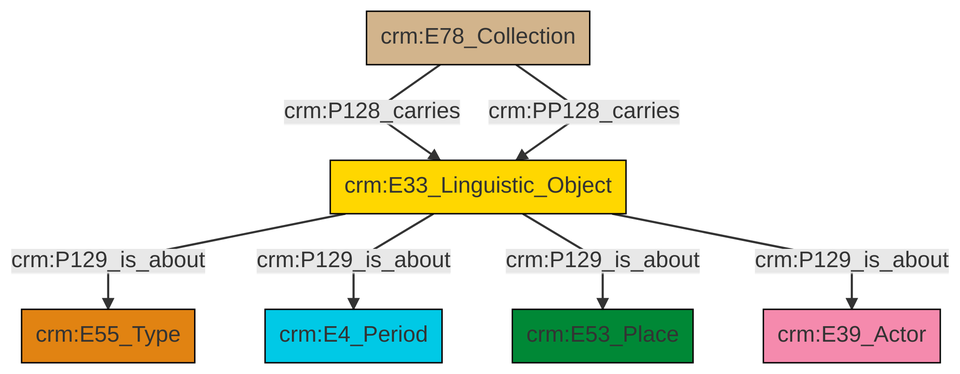
Before: et/archivalCSV/ttl/mmd/png/archival_aboutness.png, a diagram exported from Mermaid (swiss-art-research-net/docs.swissartresearch). Its source is kept beside it as et/archivalCSV/ttl/mmd/archival_aboutness.ttl.mmd.
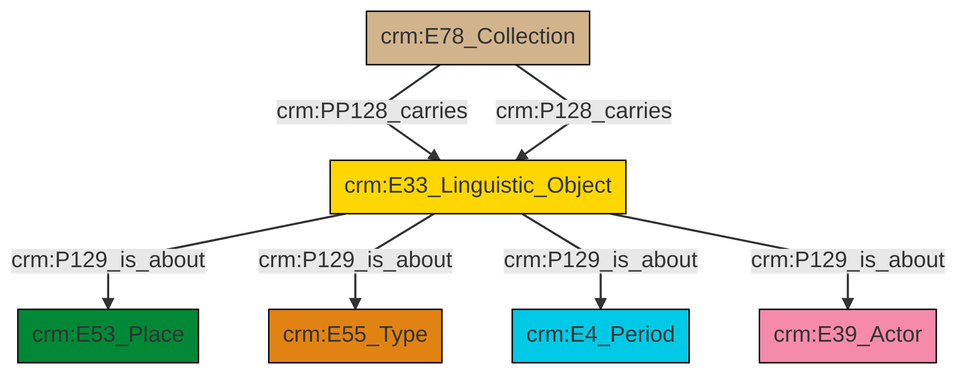
After the commit.

Change to the diagram source:
```diff
@@ -13,9 +13,9 @@
 classDef PC_Classes fill:#4ce600, stroke:#000000;
 classDef Multi fill:#cccccc,stroke:#000000;
 
-6["crm:E33_Linguistic_Object"]:::Conceptual_Object -->|crm:P129_is_about| 2["crm:E55_Type"]:::Type
-4["crm:E78_Collection"]:::Physical_Thing -->|crm:P128_carries| 6["crm:E33_Linguistic_Object"]:::Conceptual_Object
-6["crm:E33_Linguistic_Object"]:::Conceptual_Object -->|crm:P129_is_about| 7["crm:E4_Period"]:::Temporal_Entity
-4["crm:E78_Collection"]:::Physical_Thing -->|crm:PP128_carries| 6["crm:E33_Linguistic_Object"]:::Conceptual_Object
-6["crm:E33_Linguistic_Object"]:::Conceptual_Object -->|crm:P129_is_about| 8["crm:E53_Place"]:::Place
-6["crm:E33_Linguistic_Object"]:::Conceptual_Object -->|crm:P129_is_about| 0["crm:E39_Actor"]:::Actor
+0["crm:E78_Collection"]:::Physical_Thing -->|crm:PP128_carries| 1["crm:E33_Linguistic_Object"]:::Conceptual_Object
+1["crm:E33_Linguistic_Object"]:::Conceptual_Object -->|crm:P129_is_about| 6["crm:E53_Place"]:::Place
+1["crm:E33_Linguistic_Object"]:::Conceptual_Object -->|crm:P129_is_about| 8["crm:E55_Type"]:::Type
+1["crm:E33_Linguistic_Object"]:::Conceptual_Object -->|crm:P129_is_about| 2["crm:E4_Period"]:::Temporal_Entity
+1["crm:E33_Linguistic_Object"]:::Conceptual_Object -->|crm:P129_is_about| 4["crm:E39_Actor"]:::Actor
+0["crm:E78_Collection"]:::Physical_Thing -->|crm:P128_carries| 1["crm:E33_Linguistic_Object"]:::Conceptual_Object
```
